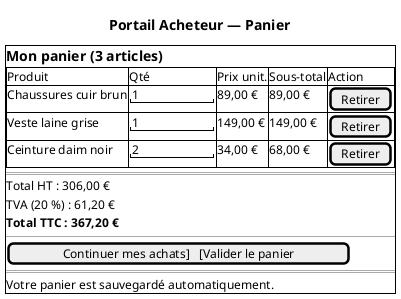
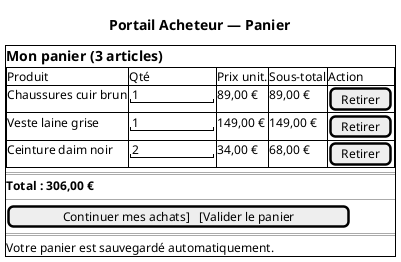
@startsalt
' Composant PA : front-acheteur (Portail Acheteur)
' Fonctions allouées : Service Panier — FS-B04 (gestion panier), FS-B05 (persistance CS-03)
title Portail Acheteur — Panier

{+
  == Mon panier (3 articles)
  {#
    Produit              | Qté          | Prix unit. | Sous-total | Action
    Chaussures cuir brun | "1         " | 89,00 €    | 89,00 €    | [Retirer]
    Veste laine grise    | "1         " | 149,00 €   | 149,00 €   | [Retirer]
    Ceinture daim noir   | "2         " | 34,00 €    | 68,00 €    | [Retirer]
  }
  ==
-   Total HT : 306,00 €
-   TVA (20 %) : 61,20 €
-   **Total TTC : 367,20 €**
+   **Total : 306,00 €**
  --
  [Continuer mes achats]   [Valider le panier]
  ==
  Votre panier est sauvegardé automatiquement.
}
@endsalt
